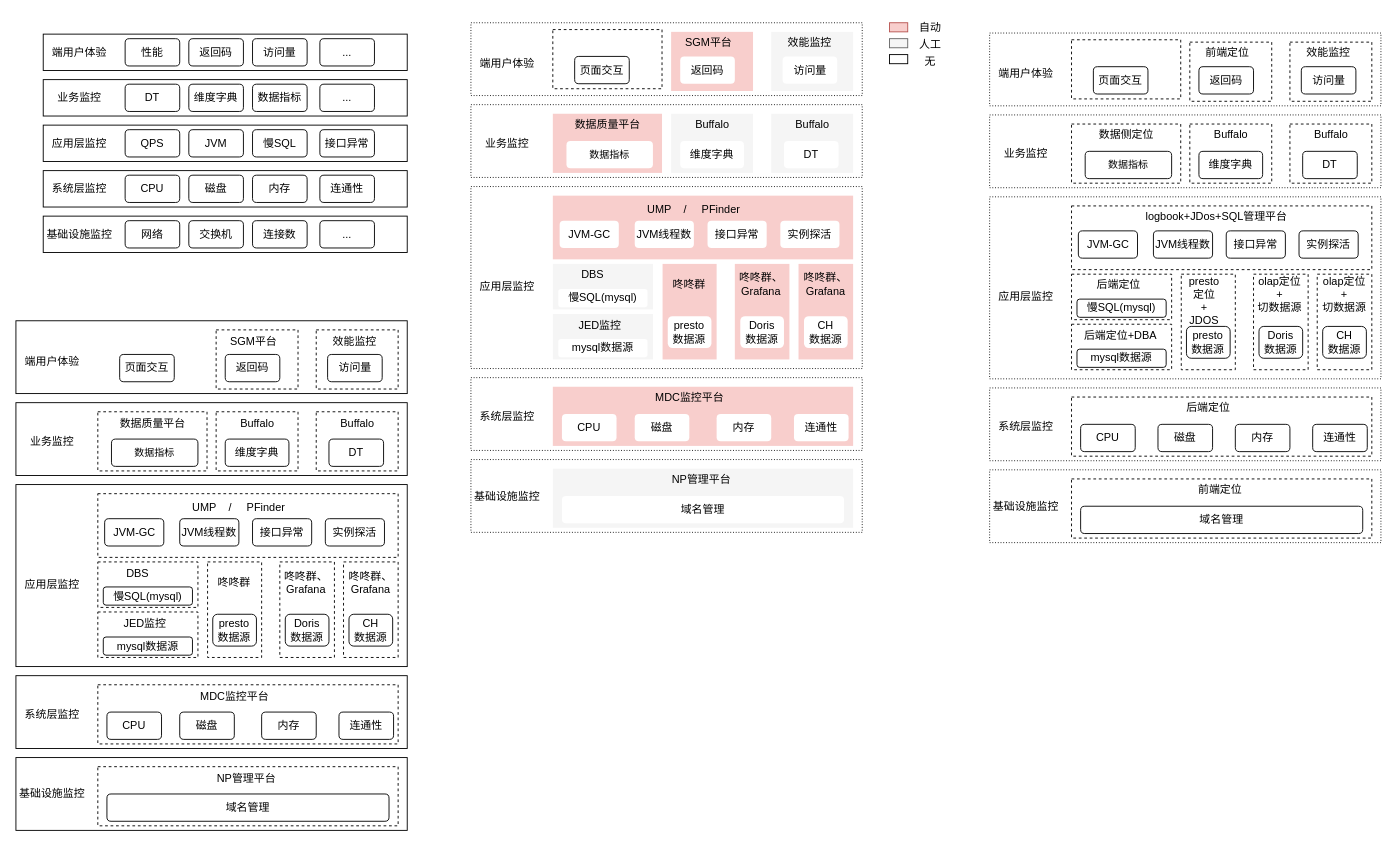
The draw.io diagram demo01/监控.drawio in huang-chh/draw, before the edit. Source tidied: cells renumbered, new cells numbered last; positions are measured from the earlier drawing's top-left corner, leaving out a move shared by most shapes. Both pictures are drawn from the tidied source at 91%, with x=0, y=0 at pixel (15, 15).
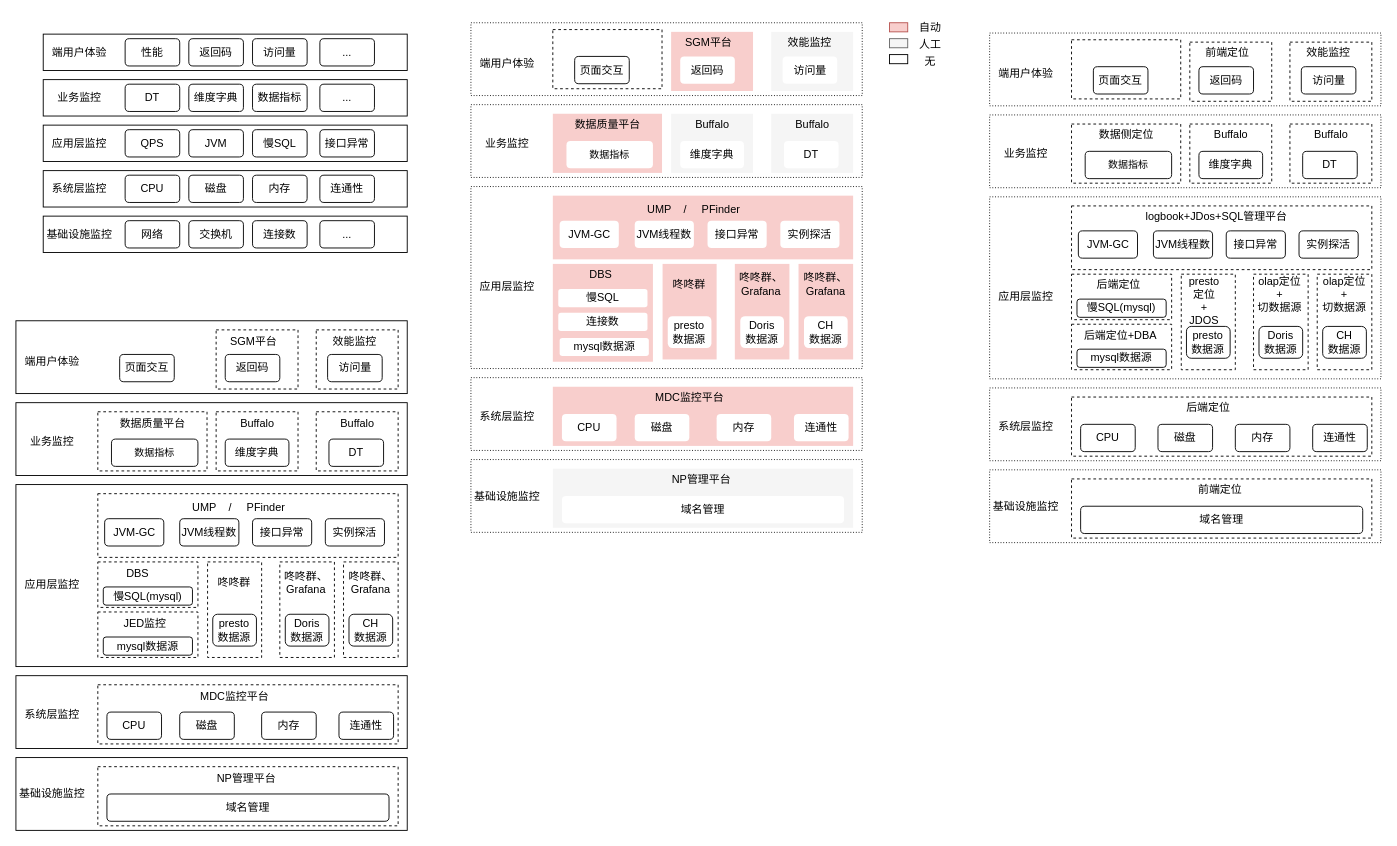
After the change.

The edit, as a diff of the source:
```diff
@@
-    <mxCell id="119" style="rounded=0;whiteSpace=wrap;html=1;dashed=1;strokeWidth=1;fillColor=#f5f5f5;strokeColor=none;fontColor=#333333;" parent="1" vertex="1">
-      <mxGeometry x="590" y="272.5" width="110" height="50" as="geometry" />
+    <mxCell id="119" style="rounded=0;whiteSpace=wrap;html=1;dashed=1;strokeWidth=1;fillColor=#f8cecc;strokeColor=none;" parent="1" vertex="1">
+      <mxGeometry x="590" y="272.5" width="110" height="107.5" as="geometry" />
     </mxCell>
-    <mxCell id="120" value="慢SQL(mysql)" style="rounded=1;whiteSpace=wrap;html=1;strokeWidth=1;strokeColor=none;" parent="1" vertex="1">
+    <mxCell id="120" value="慢SQL" style="rounded=1;whiteSpace=wrap;html=1;strokeWidth=1;strokeColor=none;" parent="1" vertex="1">
       <mxGeometry x="596" y="300" width="98" height="20" as="geometry" />
     </mxCell>
     <mxCell id="121" value="DBS" style="text;html=1;align=center;verticalAlign=middle;whiteSpace=wrap;rounded=0;strokeWidth=1;" parent="1" vertex="1">
-      <mxGeometry x="614" y="272.5" width="40" height="25" as="geometry" />
+      <mxGeometry x="622.5" y="272.5" width="40" height="25" as="geometry" />
     </mxCell>
@@
-    <mxCell id="128" style="rounded=0;whiteSpace=wrap;html=1;dashed=1;strokeWidth=1;fillColor=#f5f5f5;strokeColor=none;fontColor=#333333;" parent="1" vertex="1">
-      <mxGeometry x="590" y="327.5" width="110" height="50" as="geometry" />
-    </mxCell>
     <mxCell id="129" value="mysql数据源" style="rounded=1;whiteSpace=wrap;html=1;strokeWidth=1;strokeColor=none;" parent="1" vertex="1">
-      <mxGeometry x="596" y="355" width="98" height="20" as="geometry" />
+      <mxGeometry x="597.5" y="353.8" width="98" height="20" as="geometry" />
     </mxCell>
-    <mxCell id="130" value="JED监控" style="text;html=1;align=center;verticalAlign=middle;whiteSpace=wrap;rounded=0;strokeWidth=1;" parent="1" vertex="1">
-      <mxGeometry x="614" y="327.5" width="56" height="25" as="geometry" />
-    </mxCell>
@@
+    <mxCell id="208" value="连接数" style="rounded=1;whiteSpace=wrap;html=1;strokeWidth=1;strokeColor=none;" parent="1" vertex="1">
+      <mxGeometry x="596" y="326.2" width="98" height="20" as="geometry" />
+    </mxCell>
```
